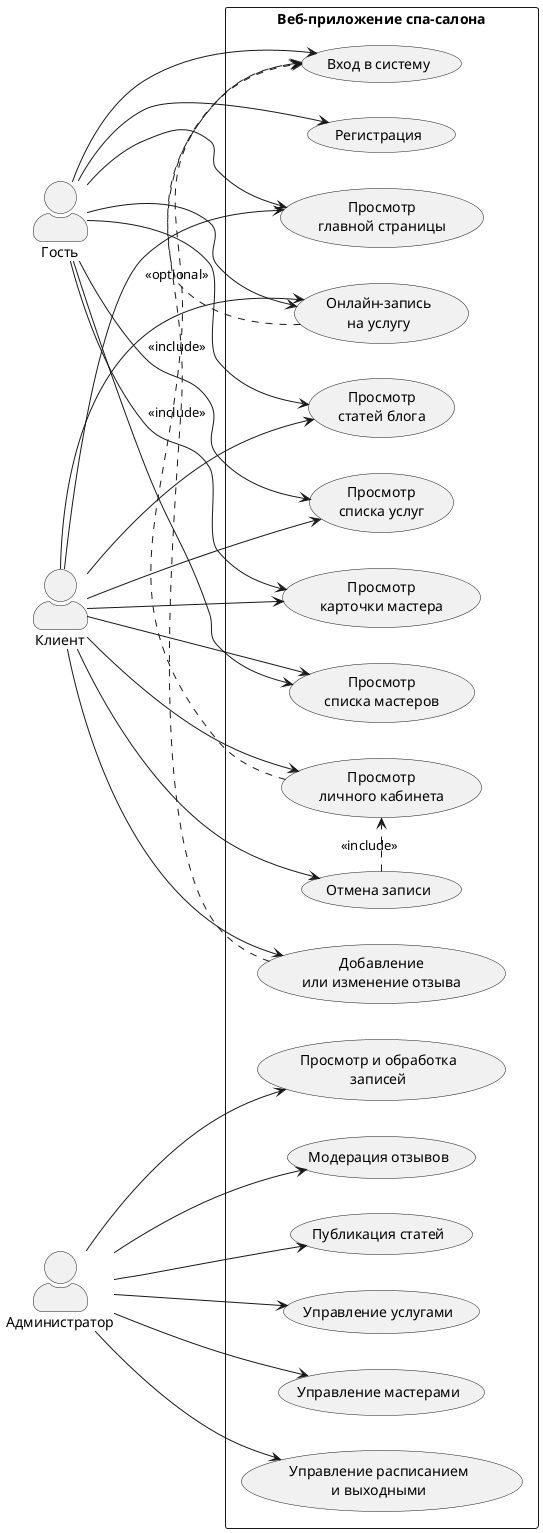
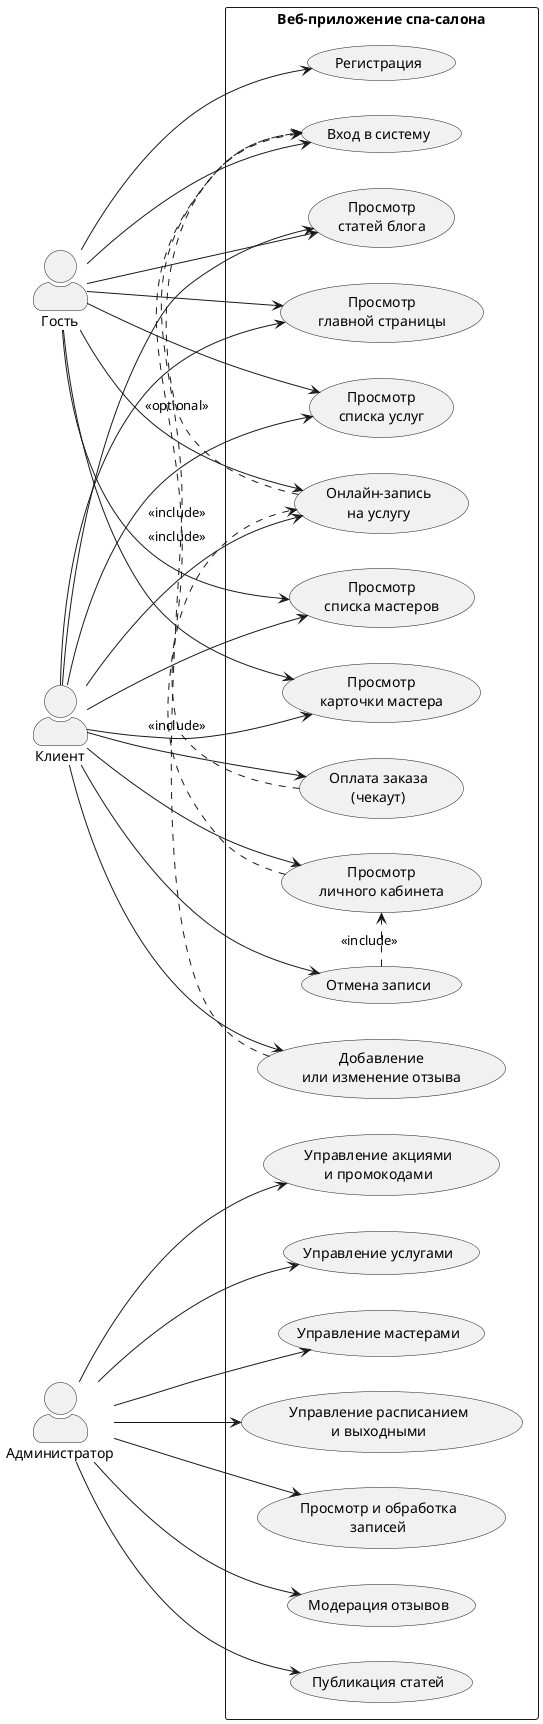
@startuml
left to right direction
skinparam packageStyle rectangle
skinparam actorStyle awesome

actor "Гость" as Guest
actor "Клиент" as Client
actor "Администратор" as Admin

rectangle "Веб-приложение спа-салона" {
  usecase "Просмотр\nглавной страницы" as UC_Home
  usecase "Просмотр\nсписка услуг" as UC_Services
  usecase "Просмотр\nсписка мастеров" as UC_Masters
  usecase "Просмотр\nкарточки мастера" as UC_MasterCard
  usecase "Просмотр\nстатей блога" as UC_Blog
  usecase "Онлайн-запись\nна услугу" as UC_Book
+   usecase "Оплата заказа\n(чекаут)" as UC_Pay
  usecase "Регистрация" as UC_SignUp
  usecase "Вход в систему" as UC_Login
  usecase "Просмотр\nличного кабинета" as UC_Profile
  usecase "Отмена записи" as UC_Cancel
  usecase "Добавление\nили изменение отзыва" as UC_Review

  usecase "Управление услугами" as UC_AdminServices
  usecase "Управление мастерами" as UC_AdminMasters
  usecase "Управление расписанием\nи выходными" as UC_AdminSchedule
  usecase "Просмотр и обработка\nзаписей" as UC_AdminAppointments
  usecase "Модерация отзывов" as UC_AdminReviews
  usecase "Публикация статей" as UC_AdminBlog
+   usecase "Управление акциями\nи промокодами" as UC_AdminPromo
}

Guest --> UC_Home
Guest --> UC_Services
Guest --> UC_Masters
Guest --> UC_MasterCard
Guest --> UC_Blog
Guest --> UC_Book
Guest --> UC_SignUp
Guest --> UC_Login

Client --> UC_Home
Client --> UC_Services
Client --> UC_Masters
Client --> UC_MasterCard
Client --> UC_Blog
Client --> UC_Book
+ Client --> UC_Pay
Client --> UC_Profile
Client --> UC_Cancel
Client --> UC_Review

Admin --> UC_AdminServices
Admin --> UC_AdminMasters
Admin --> UC_AdminSchedule
Admin --> UC_AdminAppointments
Admin --> UC_AdminReviews
Admin --> UC_AdminBlog
+ Admin --> UC_AdminPromo

UC_Book .> UC_Login : <<optional>>
+ UC_Pay .> UC_Book : <<include>>
UC_Profile .> UC_Login : <<include>>
UC_Cancel .> UC_Profile : <<include>>
UC_Review .> UC_Login : <<include>>

@enduml
